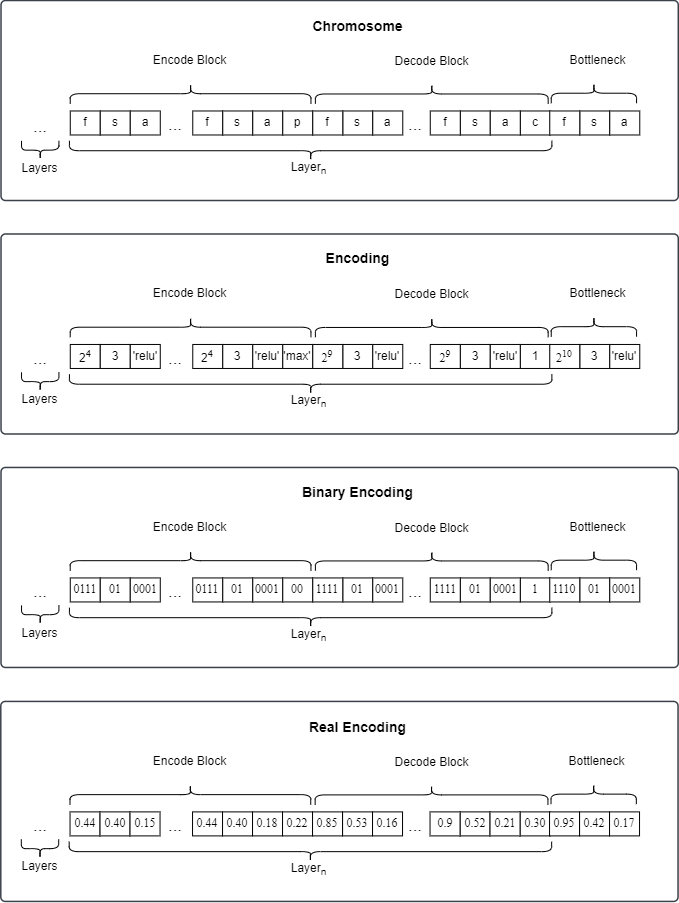
Before: diagramas/Codificacion/cromosoma.drawio.png, a diagram exported from draw.io (TT-NAS/NAS). Source tidied: cells renumbered, new cells last; positions are measured from the earlier drawing's top-left corner, leaving out a move shared by most shapes.
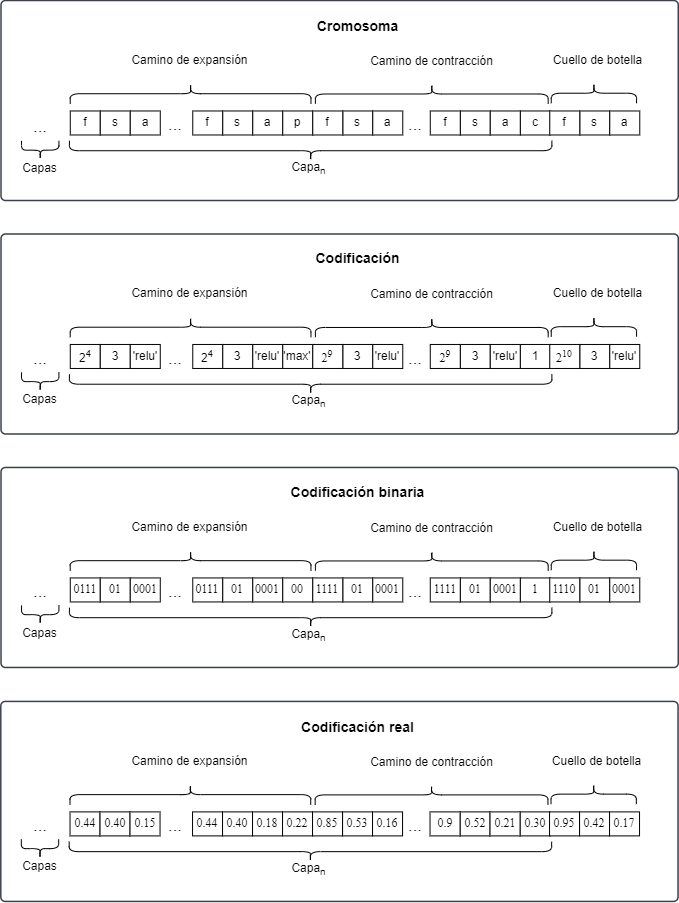
After the commit.

Diff of the diagram source:
```diff
@@ -59,19 +59,19 @@
     <mxCell id="20" style="shape=curlyBracket;whiteSpace=wrap;html=1;rounded=1;labelPosition=left;verticalLabelPosition=middle;align=right;verticalAlign=middle;rotation=90;" parent="1" vertex="1">
       <mxGeometry x="421.5" y="68.1" width="19.5" height="232.8" as="geometry" />
     </mxCell>
-    <mxCell id="21" value="Encode Block" style="html=1;overflow=block;blockSpacing=1;whiteSpace=wrap;fontSize=12;align=center;spacing=0;rounded=1;absoluteArcSize=1;arcSize=9;strokeWidth=NaN;lucidId=CqJnj9rpIs9s;strokeColor=none;fillColor=none;" parent="1" vertex="1">
+    <mxCell id="21" value="&lt;span style=&quot;color: rgb(0, 0, 0);&quot;&gt;Camino de expansión&lt;/span&gt;" style="html=1;overflow=block;blockSpacing=1;whiteSpace=wrap;fontSize=12;align=center;spacing=0;rounded=1;absoluteArcSize=1;arcSize=9;strokeWidth=NaN;lucidId=CqJnj9rpIs9s;strokeColor=none;fillColor=none;" parent="1" vertex="1">
       <mxGeometry x="127.3" y="133.2" width="125" height="35" as="geometry" />
     </mxCell>
-    <mxCell id="22" value="Decode Block" style="html=1;overflow=block;blockSpacing=1;whiteSpace=wrap;fontSize=12;align=center;spacing=0;rounded=1;absoluteArcSize=1;arcSize=9;strokeWidth=NaN;lucidId=CqJnj9rpIs9s;strokeColor=none;fillColor=none;" parent="1" vertex="1">
+    <mxCell id="22" value="&lt;span style=&quot;color: rgb(0, 0, 0);&quot;&gt;Camino de contracción&lt;/span&gt;" style="html=1;overflow=block;blockSpacing=1;whiteSpace=wrap;fontSize=12;align=center;spacing=0;rounded=1;absoluteArcSize=1;arcSize=9;strokeWidth=NaN;lucidId=CqJnj9rpIs9s;strokeColor=none;fillColor=none;" parent="1" vertex="1">
       <mxGeometry x="369.3" y="134.3" width="125" height="35" as="geometry" />
     </mxCell>
-    <mxCell id="23" value="Layer&lt;sub&gt;n&lt;/sub&gt;" style="html=1;overflow=block;blockSpacing=1;whiteSpace=wrap;fontSize=12;align=center;spacing=0;rounded=1;absoluteArcSize=1;arcSize=9;strokeWidth=NaN;lucidId=CqJnj9rpIs9s;strokeColor=none;fillColor=none;" parent="1" vertex="1">
+    <mxCell id="23" value="Capa&lt;sub&gt;n&lt;/sub&gt;" style="html=1;overflow=block;blockSpacing=1;whiteSpace=wrap;fontSize=12;align=center;spacing=0;rounded=1;absoluteArcSize=1;arcSize=9;strokeWidth=NaN;lucidId=CqJnj9rpIs9s;strokeColor=none;fillColor=none;" parent="1" vertex="1">
       <mxGeometry x="246.2" y="241.5" width="125" height="35" as="geometry" />
     </mxCell>
     <mxCell id="24" style="shape=curlyBracket;whiteSpace=wrap;html=1;rounded=1;flipH=1;labelPosition=right;verticalLabelPosition=middle;align=left;verticalAlign=middle;rotation=90;" parent="1" vertex="1">
       <mxGeometry x="300.2" width="20" height="482.5" as="geometry" />
     </mxCell>
-    <mxCell id="25" value="Chromosome" style="html=1;overflow=block;blockSpacing=1;whiteSpace=wrap;fontSize=14;align=center;spacing=0;rounded=1;absoluteArcSize=1;arcSize=9;strokeWidth=NaN;lucidId=CqJnj9rpIs9s;strokeColor=none;fillColor=none;fontStyle=1;" parent="1" vertex="1">
+    <mxCell id="25" value="Cromosoma" style="html=1;overflow=block;blockSpacing=1;whiteSpace=wrap;fontSize=14;align=center;spacing=0;rounded=1;absoluteArcSize=1;arcSize=9;strokeWidth=NaN;lucidId=CqJnj9rpIs9s;strokeColor=none;fillColor=none;fontStyle=1;" parent="1" vertex="1">
       <mxGeometry x="274.5" y="99.3" width="165" height="35" as="geometry" />
     </mxCell>
     <mxCell id="26" value="s" style="rounded=0;whiteSpace=wrap;html=1;" parent="1" vertex="1">
@@ -86,7 +86,7 @@
     <mxCell id="29" style="shape=curlyBracket;whiteSpace=wrap;html=1;rounded=1;labelPosition=left;verticalLabelPosition=middle;align=right;verticalAlign=middle;rotation=90;" parent="1" vertex="1">
       <mxGeometry x="583.4" y="141" width="20" height="85.3" as="geometry" />
     </mxCell>
-    <mxCell id="30" value="Bottleneck" style="html=1;overflow=block;blockSpacing=1;whiteSpace=wrap;fontSize=12;align=center;spacing=0;rounded=1;absoluteArcSize=1;arcSize=9;strokeWidth=NaN;lucidId=CqJnj9rpIs9s;strokeColor=none;fillColor=none;" parent="1" vertex="1">
+    <mxCell id="30" value="&lt;span style=&quot;color: rgb(0, 0, 0);&quot;&gt;Cuello de botella&lt;/span&gt;" style="html=1;overflow=block;blockSpacing=1;whiteSpace=wrap;fontSize=12;align=center;spacing=0;rounded=1;absoluteArcSize=1;arcSize=9;strokeWidth=NaN;lucidId=CqJnj9rpIs9s;strokeColor=none;fillColor=none;" parent="1" vertex="1">
       <mxGeometry x="534.5" y="133.2" width="125" height="35" as="geometry" />
     </mxCell>
     <mxCell id="31" value="..." style="html=1;overflow=block;blockSpacing=1;whiteSpace=wrap;fontSize=16.7;align=center;spacing=0;rounded=1;absoluteArcSize=1;arcSize=9;strokeWidth=NaN;lucidId=brJn358Shtyu;strokeColor=none;fillColor=none;" parent="1" vertex="1">
@@ -149,19 +149,19 @@
     <mxCell id="50" style="shape=curlyBracket;whiteSpace=wrap;html=1;rounded=1;labelPosition=left;verticalLabelPosition=middle;align=right;verticalAlign=middle;rotation=90;" parent="1" vertex="1">
       <mxGeometry x="421.5" y="301.6" width="19.5" height="232.8" as="geometry" />
     </mxCell>
-    <mxCell id="51" value="Encode Block" style="html=1;overflow=block;blockSpacing=1;whiteSpace=wrap;fontSize=12;align=center;spacing=0;rounded=1;absoluteArcSize=1;arcSize=9;strokeWidth=NaN;lucidId=CqJnj9rpIs9s;strokeColor=none;fillColor=none;" parent="1" vertex="1">
+    <mxCell id="51" value="&lt;span style=&quot;color: rgb(0, 0, 0);&quot;&gt;Camino de expansión&lt;/span&gt;" style="html=1;overflow=block;blockSpacing=1;whiteSpace=wrap;fontSize=12;align=center;spacing=0;rounded=1;absoluteArcSize=1;arcSize=9;strokeWidth=NaN;lucidId=CqJnj9rpIs9s;strokeColor=none;fillColor=none;" parent="1" vertex="1">
       <mxGeometry x="127.3" y="366.7" width="125" height="35" as="geometry" />
     </mxCell>
-    <mxCell id="52" value="Decode Block" style="html=1;overflow=block;blockSpacing=1;whiteSpace=wrap;fontSize=12;align=center;spacing=0;rounded=1;absoluteArcSize=1;arcSize=9;strokeWidth=NaN;lucidId=CqJnj9rpIs9s;strokeColor=none;fillColor=none;" parent="1" vertex="1">
+    <mxCell id="52" value="&lt;span style=&quot;color: rgb(0, 0, 0);&quot;&gt;Camino de contracción&lt;/span&gt;" style="html=1;overflow=block;blockSpacing=1;whiteSpace=wrap;fontSize=12;align=center;spacing=0;rounded=1;absoluteArcSize=1;arcSize=9;strokeWidth=NaN;lucidId=CqJnj9rpIs9s;strokeColor=none;fillColor=none;" parent="1" vertex="1">
       <mxGeometry x="369.3" y="367.7" width="125" height="35" as="geometry" />
     </mxCell>
-    <mxCell id="53" value="Layer&lt;sub&gt;n&lt;/sub&gt;" style="html=1;overflow=block;blockSpacing=1;whiteSpace=wrap;fontSize=12;align=center;spacing=0;rounded=1;absoluteArcSize=1;arcSize=9;strokeWidth=NaN;lucidId=CqJnj9rpIs9s;strokeColor=none;fillColor=none;" parent="1" vertex="1">
+    <mxCell id="53" value="&lt;span style=&quot;color: rgb(0, 0, 0);&quot;&gt;Capa&lt;/span&gt;&lt;sub&gt;n&lt;/sub&gt;" style="html=1;overflow=block;blockSpacing=1;whiteSpace=wrap;fontSize=12;align=center;spacing=0;rounded=1;absoluteArcSize=1;arcSize=9;strokeWidth=NaN;lucidId=CqJnj9rpIs9s;strokeColor=none;fillColor=none;" parent="1" vertex="1">
       <mxGeometry x="246.2" y="475" width="125" height="35" as="geometry" />
     </mxCell>
     <mxCell id="54" style="shape=curlyBracket;whiteSpace=wrap;html=1;rounded=1;flipH=1;labelPosition=right;verticalLabelPosition=middle;align=left;verticalAlign=middle;rotation=90;" parent="1" vertex="1">
       <mxGeometry x="300.2" y="233.5" width="20" height="482.5" as="geometry" />
     </mxCell>
-    <mxCell id="55" value="Encoding" style="html=1;overflow=block;blockSpacing=1;whiteSpace=wrap;fontSize=14;align=center;spacing=0;rounded=1;absoluteArcSize=1;arcSize=9;strokeWidth=NaN;lucidId=CqJnj9rpIs9s;strokeColor=none;fillColor=none;fontStyle=1;" parent="1" vertex="1">
+    <mxCell id="55" value="Codificación" style="html=1;overflow=block;blockSpacing=1;whiteSpace=wrap;fontSize=14;align=center;spacing=0;rounded=1;absoluteArcSize=1;arcSize=9;strokeWidth=NaN;lucidId=CqJnj9rpIs9s;strokeColor=none;fillColor=none;fontStyle=1;" parent="1" vertex="1">
       <mxGeometry x="274.5" y="331.7" width="165" height="35" as="geometry" />
     </mxCell>
     <mxCell id="56" value="3" style="rounded=0;whiteSpace=wrap;html=1;" parent="1" vertex="1">
@@ -176,7 +176,7 @@
     <mxCell id="59" style="shape=curlyBracket;whiteSpace=wrap;html=1;rounded=1;labelPosition=left;verticalLabelPosition=middle;align=right;verticalAlign=middle;rotation=90;" parent="1" vertex="1">
       <mxGeometry x="583.4" y="374.5" width="20" height="85.3" as="geometry" />
     </mxCell>
-    <mxCell id="60" value="Bottleneck" style="html=1;overflow=block;blockSpacing=1;whiteSpace=wrap;fontSize=12;align=center;spacing=0;rounded=1;absoluteArcSize=1;arcSize=9;strokeWidth=NaN;lucidId=CqJnj9rpIs9s;strokeColor=none;fillColor=none;" parent="1" vertex="1">
+    <mxCell id="60" value="&lt;span style=&quot;color: rgb(0, 0, 0);&quot;&gt;Cuello de botella&lt;/span&gt;" style="html=1;overflow=block;blockSpacing=1;whiteSpace=wrap;fontSize=12;align=center;spacing=0;rounded=1;absoluteArcSize=1;arcSize=9;strokeWidth=NaN;lucidId=CqJnj9rpIs9s;strokeColor=none;fillColor=none;" parent="1" vertex="1">
       <mxGeometry x="534.5" y="366.7" width="125" height="35" as="geometry" />
     </mxCell>
     <mxCell id="61" style="html=1;overflow=block;blockSpacing=1;whiteSpace=wrap;fontSize=13;align=center;spacing=3.8;strokeColor=#3a414a;strokeOpacity=100;fillOpacity=100;rounded=1;absoluteArcSize=1;arcSize=9;fillColor=#ffffff;strokeWidth=1.5;lucidId=gJQp8oDGqUhE;" parent="1" vertex="1">
@@ -236,19 +236,19 @@
     <mxCell id="79" style="shape=curlyBracket;whiteSpace=wrap;html=1;rounded=1;labelPosition=left;verticalLabelPosition=middle;align=right;verticalAlign=middle;rotation=90;" parent="1" vertex="1">
       <mxGeometry x="421.5" y="535.1" width="19.5" height="232.8" as="geometry" />
     </mxCell>
-    <mxCell id="80" value="Encode Block" style="html=1;overflow=block;blockSpacing=1;whiteSpace=wrap;fontSize=12;align=center;spacing=0;rounded=1;absoluteArcSize=1;arcSize=9;strokeWidth=NaN;lucidId=CqJnj9rpIs9s;strokeColor=none;fillColor=none;" parent="1" vertex="1">
+    <mxCell id="80" value="&lt;span style=&quot;color: rgb(0, 0, 0);&quot;&gt;Camino de expansión&lt;/span&gt;" style="html=1;overflow=block;blockSpacing=1;whiteSpace=wrap;fontSize=12;align=center;spacing=0;rounded=1;absoluteArcSize=1;arcSize=9;strokeWidth=NaN;lucidId=CqJnj9rpIs9s;strokeColor=none;fillColor=none;" parent="1" vertex="1">
       <mxGeometry x="127.3" y="600.2" width="125" height="35" as="geometry" />
     </mxCell>
-    <mxCell id="81" value="Decode Block" style="html=1;overflow=block;blockSpacing=1;whiteSpace=wrap;fontSize=12;align=center;spacing=0;rounded=1;absoluteArcSize=1;arcSize=9;strokeWidth=NaN;lucidId=CqJnj9rpIs9s;strokeColor=none;fillColor=none;" parent="1" vertex="1">
+    <mxCell id="81" value="&lt;span style=&quot;color: rgb(0, 0, 0);&quot;&gt;Camino de contracción&lt;/span&gt;" style="html=1;overflow=block;blockSpacing=1;whiteSpace=wrap;fontSize=12;align=center;spacing=0;rounded=1;absoluteArcSize=1;arcSize=9;strokeWidth=NaN;lucidId=CqJnj9rpIs9s;strokeColor=none;fillColor=none;" parent="1" vertex="1">
       <mxGeometry x="369.3" y="601.2" width="125" height="35" as="geometry" />
     </mxCell>
-    <mxCell id="82" value="Layer&lt;sub&gt;n&lt;/sub&gt;" style="html=1;overflow=block;blockSpacing=1;whiteSpace=wrap;fontSize=12;align=center;spacing=0;rounded=1;absoluteArcSize=1;arcSize=9;strokeWidth=NaN;lucidId=CqJnj9rpIs9s;strokeColor=none;fillColor=none;" parent="1" vertex="1">
+    <mxCell id="82" value="&lt;span style=&quot;color: rgb(0, 0, 0);&quot;&gt;Capa&lt;/span&gt;&lt;sub&gt;n&lt;/sub&gt;" style="html=1;overflow=block;blockSpacing=1;whiteSpace=wrap;fontSize=12;align=center;spacing=0;rounded=1;absoluteArcSize=1;arcSize=9;strokeWidth=NaN;lucidId=CqJnj9rpIs9s;strokeColor=none;fillColor=none;" parent="1" vertex="1">
       <mxGeometry x="246.2" y="708.4" width="125" height="35" as="geometry" />
     </mxCell>
     <mxCell id="83" style="shape=curlyBracket;whiteSpace=wrap;html=1;rounded=1;flipH=1;labelPosition=right;verticalLabelPosition=middle;align=left;verticalAlign=middle;rotation=90;" parent="1" vertex="1">
       <mxGeometry x="300.2" y="467" width="20" height="482.5" as="geometry" />
     </mxCell>
-    <mxCell id="84" value="Binary Encoding" style="html=1;overflow=block;blockSpacing=1;whiteSpace=wrap;fontSize=14;align=center;spacing=0;rounded=1;absoluteArcSize=1;arcSize=9;strokeWidth=NaN;lucidId=CqJnj9rpIs9s;strokeColor=none;fillColor=none;fontStyle=1;" parent="1" vertex="1">
+    <mxCell id="84" value="&lt;span style=&quot;color: rgb(0, 0, 0);&quot;&gt;Codificación binaria&lt;/span&gt;" style="html=1;overflow=block;blockSpacing=1;whiteSpace=wrap;fontSize=14;align=center;spacing=0;rounded=1;absoluteArcSize=1;arcSize=9;strokeWidth=NaN;lucidId=CqJnj9rpIs9s;strokeColor=none;fillColor=none;fontStyle=1;" parent="1" vertex="1">
       <mxGeometry x="274.5" y="565.2" width="165" height="35" as="geometry" />
     </mxCell>
     <mxCell id="85" value="01" style="rounded=0;whiteSpace=wrap;html=1;fontFamily=Times New Roman;" parent="1" vertex="1">
@@ -263,10 +263,10 @@
     <mxCell id="88" style="shape=curlyBracket;whiteSpace=wrap;html=1;rounded=1;labelPosition=left;verticalLabelPosition=middle;align=right;verticalAlign=middle;rotation=90;" parent="1" vertex="1">
       <mxGeometry x="583.4" y="608" width="20" height="85.3" as="geometry" />
     </mxCell>
-    <mxCell id="89" value="Bottleneck" style="html=1;overflow=block;blockSpacing=1;whiteSpace=wrap;fontSize=12;align=center;spacing=0;rounded=1;absoluteArcSize=1;arcSize=9;strokeWidth=NaN;lucidId=CqJnj9rpIs9s;strokeColor=none;fillColor=none;" parent="1" vertex="1">
+    <mxCell id="89" value="Cuello de botella" style="html=1;overflow=block;blockSpacing=1;whiteSpace=wrap;fontSize=12;align=center;spacing=0;rounded=1;absoluteArcSize=1;arcSize=9;strokeWidth=NaN;lucidId=CqJnj9rpIs9s;strokeColor=none;fillColor=none;" parent="1" vertex="1">
       <mxGeometry x="534.5" y="600.2" width="125" height="35" as="geometry" />
     </mxCell>
-    <mxCell id="90" value="Layers" style="html=1;overflow=block;blockSpacing=1;whiteSpace=wrap;fontSize=12;align=center;spacing=0;rounded=1;absoluteArcSize=1;arcSize=9;strokeWidth=NaN;lucidId=CqJnj9rpIs9s;strokeColor=none;fillColor=none;" parent="1" vertex="1">
+    <mxCell id="90" value="&lt;span style=&quot;color: rgb(0, 0, 0);&quot;&gt;Capas&lt;/span&gt;" style="html=1;overflow=block;blockSpacing=1;whiteSpace=wrap;fontSize=12;align=center;spacing=0;rounded=1;absoluteArcSize=1;arcSize=9;strokeWidth=NaN;lucidId=CqJnj9rpIs9s;strokeColor=none;fillColor=none;" parent="1" vertex="1">
       <mxGeometry x="7" y="246.2" width="65.5" height="25.5" as="geometry" />
     </mxCell>
     <mxCell id="91" style="shape=curlyBracket;whiteSpace=wrap;html=1;rounded=1;flipH=1;labelPosition=right;verticalLabelPosition=middle;align=left;verticalAlign=middle;rotation=90;" parent="1" vertex="1">
@@ -275,7 +275,7 @@
     <mxCell id="92" value="..." style="html=1;overflow=block;blockSpacing=1;whiteSpace=wrap;fontSize=16.7;align=center;spacing=0;rounded=1;absoluteArcSize=1;arcSize=9;strokeWidth=NaN;lucidId=brJn358Shtyu;strokeColor=none;fillColor=none;" parent="1" vertex="1">
       <mxGeometry x="24.7" y="435" width="30" height="30" as="geometry" />
     </mxCell>
-    <mxCell id="93" value="Layers" style="html=1;overflow=block;blockSpacing=1;whiteSpace=wrap;fontSize=12;align=center;spacing=0;rounded=1;absoluteArcSize=1;arcSize=9;strokeWidth=NaN;lucidId=CqJnj9rpIs9s;strokeColor=none;fillColor=none;" parent="1" vertex="1">
+    <mxCell id="93" value="&lt;span style=&quot;color: rgb(0, 0, 0);&quot;&gt;Capas&lt;/span&gt;" style="html=1;overflow=block;blockSpacing=1;whiteSpace=wrap;fontSize=12;align=center;spacing=0;rounded=1;absoluteArcSize=1;arcSize=9;strokeWidth=NaN;lucidId=CqJnj9rpIs9s;strokeColor=none;fillColor=none;" parent="1" vertex="1">
       <mxGeometry x="17" y="477.7" width="45.5" height="25.5" as="geometry" />
     </mxCell>
     <mxCell id="94" style="shape=curlyBracket;whiteSpace=wrap;html=1;rounded=1;flipH=1;labelPosition=right;verticalLabelPosition=middle;align=left;verticalAlign=middle;rotation=90;" parent="1" vertex="1">
@@ -284,7 +284,7 @@
     <mxCell id="95" value="..." style="html=1;overflow=block;blockSpacing=1;whiteSpace=wrap;fontSize=16.7;align=center;spacing=0;rounded=1;absoluteArcSize=1;arcSize=9;strokeWidth=NaN;lucidId=brJn358Shtyu;strokeColor=none;fillColor=none;" parent="1" vertex="1">
       <mxGeometry x="24.7" y="668" width="30" height="30" as="geometry" />
     </mxCell>
-    <mxCell id="96" value="Layers" style="html=1;overflow=block;blockSpacing=1;whiteSpace=wrap;fontSize=12;align=center;spacing=0;rounded=1;absoluteArcSize=1;arcSize=9;strokeWidth=NaN;lucidId=CqJnj9rpIs9s;strokeColor=none;fillColor=none;" parent="1" vertex="1">
+    <mxCell id="96" value="&lt;span style=&quot;color: rgb(0, 0, 0);&quot;&gt;Capas&lt;/span&gt;" style="html=1;overflow=block;blockSpacing=1;whiteSpace=wrap;fontSize=12;align=center;spacing=0;rounded=1;absoluteArcSize=1;arcSize=9;strokeWidth=NaN;lucidId=CqJnj9rpIs9s;strokeColor=none;fillColor=none;" parent="1" vertex="1">
       <mxGeometry x="17" y="710.8" width="45.5" height="25.5" as="geometry" />
     </mxCell>
     <mxCell id="97" style="shape=curlyBracket;whiteSpace=wrap;html=1;rounded=1;flipH=1;labelPosition=right;verticalLabelPosition=middle;align=left;verticalAlign=middle;rotation=90;" parent="1" vertex="1">
@@ -347,19 +347,19 @@
     <mxCell id="116" style="shape=curlyBracket;whiteSpace=wrap;html=1;rounded=1;labelPosition=left;verticalLabelPosition=middle;align=right;verticalAlign=middle;rotation=90;" parent="1" vertex="1">
       <mxGeometry x="421.3" y="769" width="19.5" height="232.8" as="geometry" />
     </mxCell>
-    <mxCell id="117" value="Encode Block" style="html=1;overflow=block;blockSpacing=1;whiteSpace=wrap;fontSize=12;align=center;spacing=0;rounded=1;absoluteArcSize=1;arcSize=9;strokeWidth=NaN;lucidId=CqJnj9rpIs9s;strokeColor=none;fillColor=none;" parent="1" vertex="1">
+    <mxCell id="117" value="&lt;span style=&quot;color: rgb(0, 0, 0);&quot;&gt;Camino de expansión&lt;/span&gt;" style="html=1;overflow=block;blockSpacing=1;whiteSpace=wrap;fontSize=12;align=center;spacing=0;rounded=1;absoluteArcSize=1;arcSize=9;strokeWidth=NaN;lucidId=CqJnj9rpIs9s;strokeColor=none;fillColor=none;" parent="1" vertex="1">
       <mxGeometry x="127" y="834.2" width="125" height="35" as="geometry" />
     </mxCell>
-    <mxCell id="118" value="Decode Block" style="html=1;overflow=block;blockSpacing=1;whiteSpace=wrap;fontSize=12;align=center;spacing=0;rounded=1;absoluteArcSize=1;arcSize=9;strokeWidth=NaN;lucidId=CqJnj9rpIs9s;strokeColor=none;fillColor=none;" parent="1" vertex="1">
+    <mxCell id="118" value="&lt;span style=&quot;color: rgb(0, 0, 0);&quot;&gt;Camino de contracción&lt;/span&gt;" style="html=1;overflow=block;blockSpacing=1;whiteSpace=wrap;fontSize=12;align=center;spacing=0;rounded=1;absoluteArcSize=1;arcSize=9;strokeWidth=NaN;lucidId=CqJnj9rpIs9s;strokeColor=none;fillColor=none;" parent="1" vertex="1">
       <mxGeometry x="369.1" y="835.2" width="125" height="35" as="geometry" />
     </mxCell>
-    <mxCell id="119" value="Layer&lt;sub&gt;n&lt;/sub&gt;" style="html=1;overflow=block;blockSpacing=1;whiteSpace=wrap;fontSize=12;align=center;spacing=0;rounded=1;absoluteArcSize=1;arcSize=9;strokeWidth=NaN;lucidId=CqJnj9rpIs9s;strokeColor=none;fillColor=none;" parent="1" vertex="1">
+    <mxCell id="119" value="&lt;span style=&quot;color: rgb(0, 0, 0);&quot;&gt;Capa&lt;/span&gt;&lt;sub&gt;n&lt;/sub&gt;" style="html=1;overflow=block;blockSpacing=1;whiteSpace=wrap;fontSize=12;align=center;spacing=0;rounded=1;absoluteArcSize=1;arcSize=9;strokeWidth=NaN;lucidId=CqJnj9rpIs9s;strokeColor=none;fillColor=none;" parent="1" vertex="1">
       <mxGeometry x="246" y="942.4" width="125" height="35" as="geometry" />
     </mxCell>
     <mxCell id="120" style="shape=curlyBracket;whiteSpace=wrap;html=1;rounded=1;flipH=1;labelPosition=right;verticalLabelPosition=middle;align=left;verticalAlign=middle;rotation=90;" parent="1" vertex="1">
       <mxGeometry x="299.9" y="700.9" width="20" height="482.5" as="geometry" />
     </mxCell>
-    <mxCell id="121" value="Real Encoding" style="html=1;overflow=block;blockSpacing=1;whiteSpace=wrap;fontSize=14;align=center;spacing=0;rounded=1;absoluteArcSize=1;arcSize=9;strokeWidth=NaN;lucidId=CqJnj9rpIs9s;strokeColor=none;fillColor=none;fontStyle=1;" parent="1" vertex="1">
+    <mxCell id="121" value="&lt;span style=&quot;color: rgb(0, 0, 0);&quot;&gt;Codificación real&lt;/span&gt;" style="html=1;overflow=block;blockSpacing=1;whiteSpace=wrap;fontSize=14;align=center;spacing=0;rounded=1;absoluteArcSize=1;arcSize=9;strokeWidth=NaN;lucidId=CqJnj9rpIs9s;strokeColor=none;fillColor=none;fontStyle=1;" parent="1" vertex="1">
       <mxGeometry x="274.5" y="800.2" width="165" height="35" as="geometry" />
     </mxCell>
     <mxCell id="122" value="0.42" style="rounded=0;whiteSpace=wrap;html=1;fontFamily=Times New Roman;" parent="1" vertex="1">
@@ -374,13 +374,13 @@
     <mxCell id="125" style="shape=curlyBracket;whiteSpace=wrap;html=1;rounded=1;labelPosition=left;verticalLabelPosition=middle;align=right;verticalAlign=middle;rotation=90;" parent="1" vertex="1">
       <mxGeometry x="583.2" y="842" width="20" height="85.3" as="geometry" />
     </mxCell>
-    <mxCell id="126" value="Bottleneck" style="html=1;overflow=block;blockSpacing=1;whiteSpace=wrap;fontSize=12;align=center;spacing=0;rounded=1;absoluteArcSize=1;arcSize=9;strokeWidth=NaN;lucidId=CqJnj9rpIs9s;strokeColor=none;fillColor=none;" parent="1" vertex="1">
+    <mxCell id="126" value="&lt;span style=&quot;color: rgb(0, 0, 0);&quot;&gt;Cuello de botella&lt;/span&gt;" style="html=1;overflow=block;blockSpacing=1;whiteSpace=wrap;fontSize=12;align=center;spacing=0;rounded=1;absoluteArcSize=1;arcSize=9;strokeWidth=NaN;lucidId=CqJnj9rpIs9s;strokeColor=none;fillColor=none;" parent="1" vertex="1">
       <mxGeometry x="534.3" y="834.2" width="125" height="35" as="geometry" />
     </mxCell>
     <mxCell id="127" value="..." style="html=1;overflow=block;blockSpacing=1;whiteSpace=wrap;fontSize=16.7;align=center;spacing=0;rounded=1;absoluteArcSize=1;arcSize=9;strokeWidth=NaN;lucidId=brJn358Shtyu;strokeColor=none;fillColor=none;" parent="1" vertex="1">
       <mxGeometry x="24.5" y="902" width="30" height="30" as="geometry" />
     </mxCell>
-    <mxCell id="128" value="Layers" style="html=1;overflow=block;blockSpacing=1;whiteSpace=wrap;fontSize=12;align=center;spacing=0;rounded=1;absoluteArcSize=1;arcSize=9;strokeWidth=NaN;lucidId=CqJnj9rpIs9s;strokeColor=none;fillColor=none;" parent="1" vertex="1">
+    <mxCell id="128" value="&lt;span style=&quot;color: rgb(0, 0, 0);&quot;&gt;Capas&lt;/span&gt;" style="html=1;overflow=block;blockSpacing=1;whiteSpace=wrap;fontSize=12;align=center;spacing=0;rounded=1;absoluteArcSize=1;arcSize=9;strokeWidth=NaN;lucidId=CqJnj9rpIs9s;strokeColor=none;fillColor=none;" parent="1" vertex="1">
       <mxGeometry x="17" y="944.7" width="45" height="25.5" as="geometry" />
     </mxCell>
     <mxCell id="129" style="shape=curlyBracket;whiteSpace=wrap;html=1;rounded=1;flipH=1;labelPosition=right;verticalLabelPosition=middle;align=left;verticalAlign=middle;rotation=90;" parent="1" vertex="1">
```
